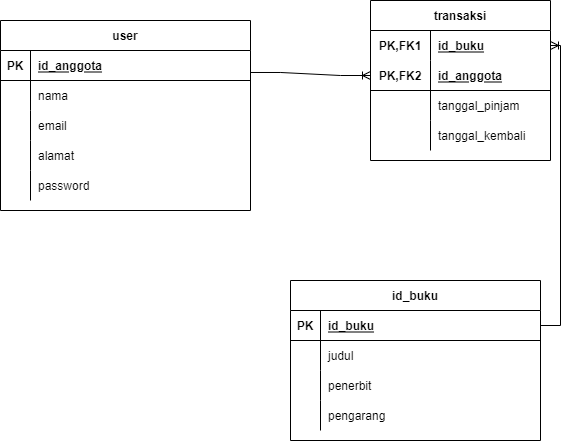
The draw.io diagram erd_perpus.png in wildan1311/perpustakaan, before a commit. Source tidied: cells renumbered, new cells last; positions are measured from the earlier drawing's top-left corner, leaving out a move shared by most shapes.
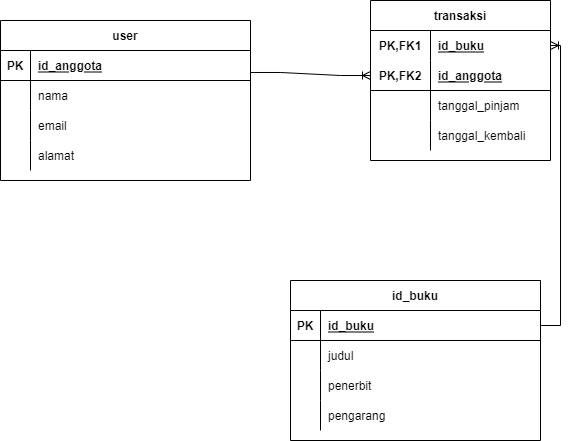
The same diagram one commit later.

The edit, as a diff of the source:
```diff
@@ -42,7 +42,7 @@
       <mxGeometry x="30" width="220" height="30" as="geometry" />
     </mxCell>
     <mxCell id="15" value="user" style="shape=table;startSize=30;rowLines=0;fontStyle=1;align=center;" parent="1" vertex="1">
-      <mxGeometry y="20" width="250" height="190" as="geometry" />
+      <mxGeometry y="20" width="250" height="160" as="geometry" />
     </mxCell>
     <mxCell id="16" style="shape=partialRectangle;fillColor=none;points=[[0,0.5],[1,0.5]];portConstraint=eastwest;top=0;left=0;right=0;bottom=1;" parent="15" vertex="1">
       <mxGeometry y="30" width="250" height="30" as="geometry" />
@@ -80,15 +80,6 @@
     <mxCell id="27" value="alamat" style="shape=partialRectangle;fillColor=none;top=0;left=0;bottom=0;right=0;align=left;spacingLeft=6;overflow=hidden;" parent="25" vertex="1">
       <mxGeometry x="30" width="220" height="30" as="geometry" />
     </mxCell>
-    <mxCell id="28" style="shape=tableRow;horizontal=0;startSize=0;swimlaneHead=0;swimlaneBody=0;fillColor=none;top=0;left=0;right=0;bottom=0;" parent="15" vertex="1">
-      <mxGeometry y="150" width="250" height="30" as="geometry" />
-    </mxCell>
-    <mxCell id="29" style="shape=partialRectangle;fillColor=none;top=0;left=0;bottom=0;right=0;overflow=hidden;" parent="28" vertex="1">
-      <mxGeometry width="30" height="30" as="geometry" />
-    </mxCell>
-    <mxCell id="30" value="password" style="shape=partialRectangle;fillColor=none;top=0;left=0;bottom=0;right=0;align=left;spacingLeft=6;overflow=hidden;" parent="28" vertex="1">
-      <mxGeometry x="30" width="220" height="30" as="geometry" />
-    </mxCell>
     <mxCell id="31" value="transaksi" style="shape=table;startSize=30;rowLines=0;fontStyle=1;align=center;" parent="1" vertex="1">
       <mxGeometry x="370" width="180" height="160" as="geometry" />
     </mxCell>
```
